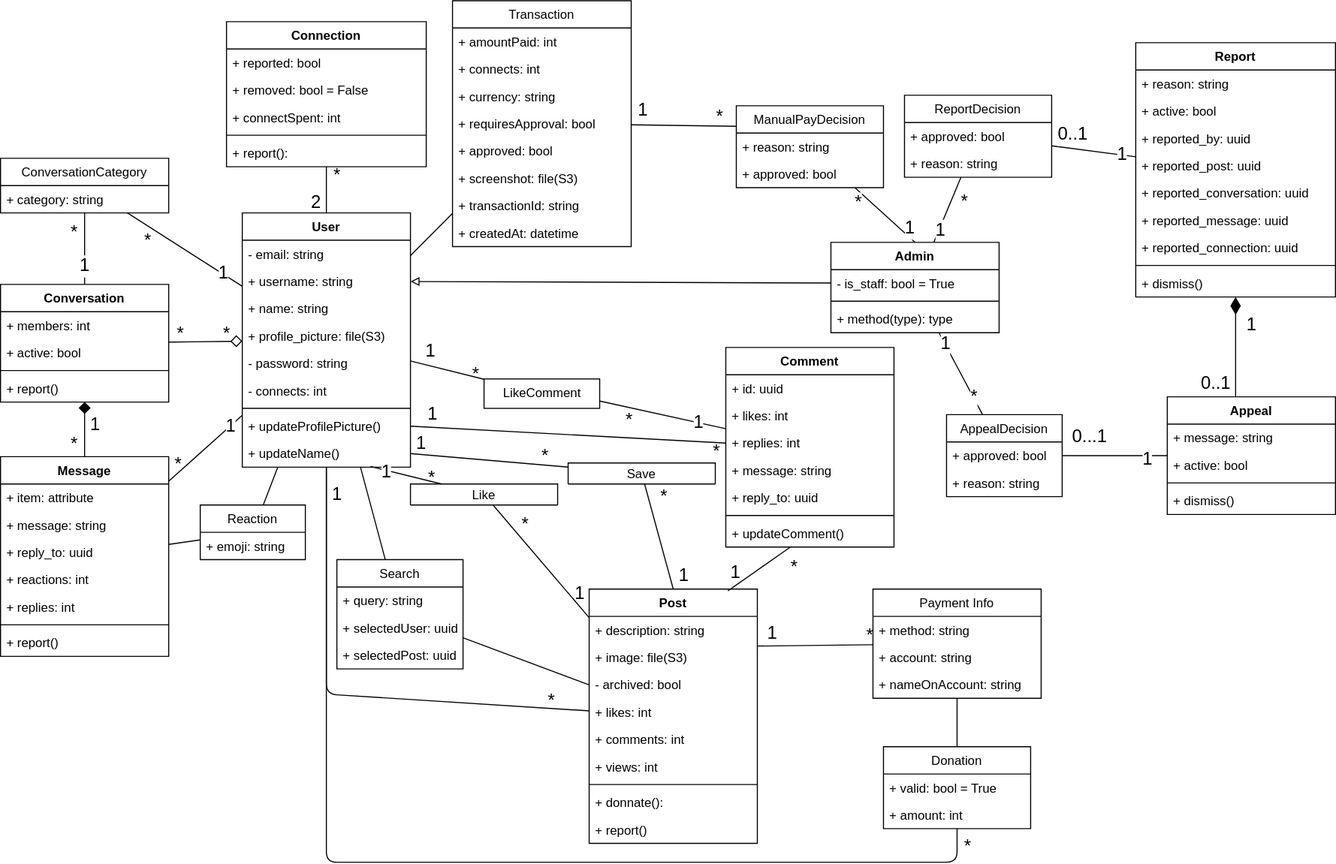
This is dev-docs/plan/class-diagrams/conceptual_class_diagram.drawio.svg from Natan-Asrat/ventingapp, a draw.io export, as it was before one commit. Source tidied: cells renumbered, new cells last; positions are measured from the earlier drawing's top-left corner, leaving out a move shared by most shapes.
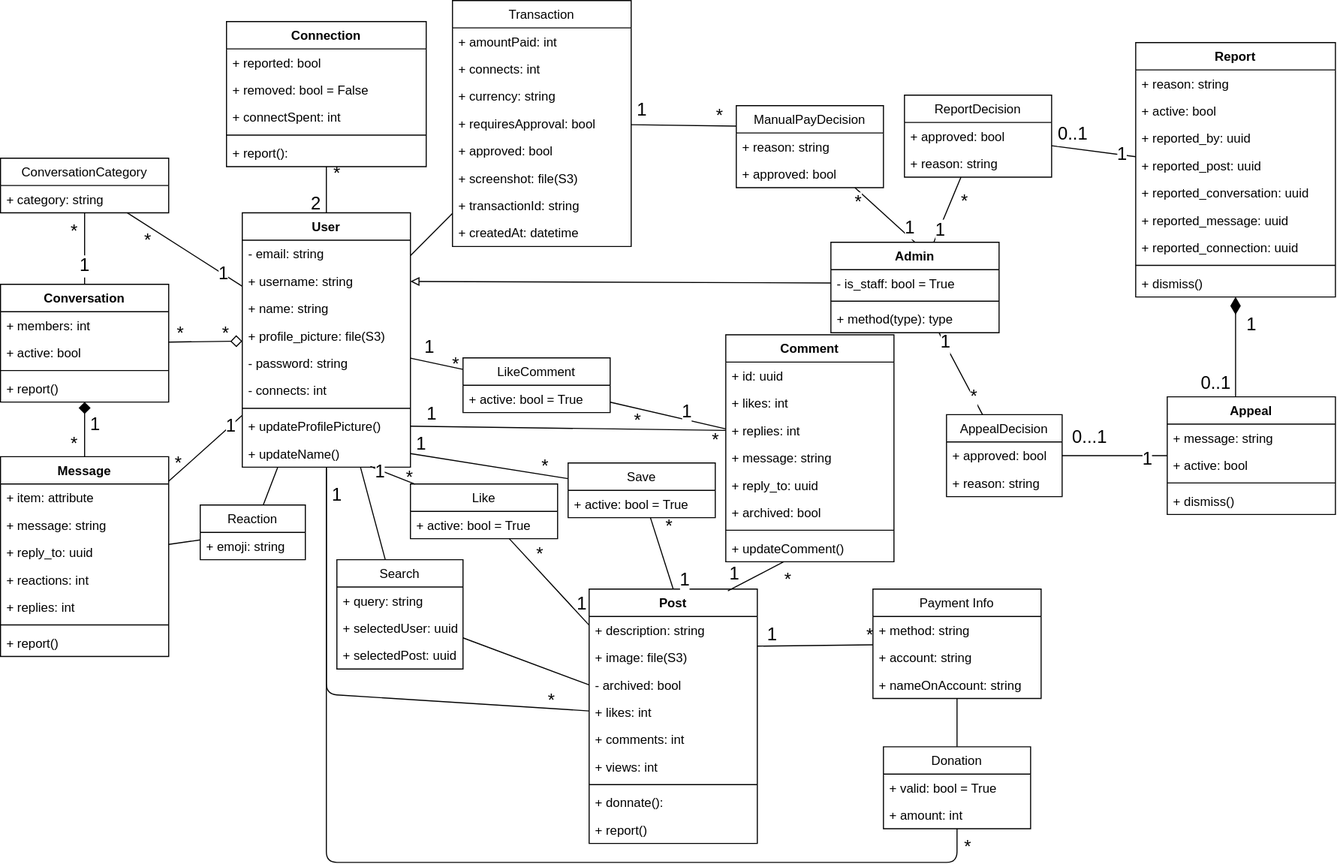
The same file after the commit.

Commit message:
update fields  in class diagram - include active boolean

What changed in the source:
```diff
@@ -177,8 +177,11 @@
       <mxGeometry x="-0.69" y="-3" relative="1" as="geometry" />
     </mxCell>
     <mxCell id="52" value="Like" style="swimlane;fontStyle=0;horizontal=1;startSize=26;fillColor=none;labelBackgroundColor=none;fontSize=12;" parent="1" vertex="1">
-      <mxGeometry x="390" y="460" width="140" height="20" as="geometry" />
+      <mxGeometry x="390" y="460" width="140" height="52" as="geometry" />
     </mxCell>
+    <mxCell id="182" value="+ active: bool = True" style="text;strokeColor=none;fillColor=none;align=left;verticalAlign=top;spacingLeft=4;spacingRight=4;overflow=hidden;" parent="52" vertex="1">
+      <mxGeometry y="26" width="140" height="26" as="geometry" />
+    </mxCell>
     <mxCell id="53" style="edgeStyle=none;html=1;fontSize=12;endArrow=none;endFill=0;entryX=0.825;entryY=0.007;entryDx=0;entryDy=0;entryPerimeter=0;" parent="1" edge="1" source="73" target="29">
       <mxGeometry relative="1" as="geometry" />
     </mxCell>
@@ -232,10 +235,13 @@
       </mxGeometry>
     </mxCell>
     <mxCell id="65" value="Save" style="swimlane;fontStyle=0;horizontal=1;startSize=26;fillColor=none;labelBackgroundColor=none;fontSize=12;" parent="1" vertex="1">
-      <mxGeometry x="540" y="440" width="140" height="20" as="geometry" />
+      <mxGeometry x="540" y="440" width="140" height="52" as="geometry" />
     </mxCell>
+    <mxCell id="183" value="+ active: bool = True" style="text;strokeColor=none;fillColor=none;align=left;verticalAlign=top;spacingLeft=4;spacingRight=4;overflow=hidden;" parent="65" vertex="1">
+      <mxGeometry y="26" width="140" height="26" as="geometry" />
+    </mxCell>
     <mxCell id="66" value="Comment" style="swimlane;fontStyle=1;align=center;verticalAlign=top;horizontal=1;startSize=26;labelBackgroundColor=none;fontSize=12;" parent="1" vertex="1">
-      <mxGeometry x="690" y="330" width="160" height="190" as="geometry" />
+      <mxGeometry x="690" y="318" width="160" height="216" as="geometry" />
     </mxCell>
     <mxCell id="67" value="+ id: uuid" style="text;strokeColor=none;fillColor=none;align=left;verticalAlign=top;spacingLeft=4;spacingRight=4;overflow=hidden;labelBackgroundColor=none;fontSize=12;" parent="66" vertex="1">
       <mxGeometry y="26" width="160" height="26" as="geometry" />
@@ -252,11 +258,14 @@
     <mxCell id="71" value="+ reply_to: uuid" style="text;strokeColor=none;fillColor=none;align=left;verticalAlign=top;spacingLeft=4;spacingRight=4;overflow=hidden;labelBackgroundColor=none;fontSize=12;" parent="66" vertex="1">
       <mxGeometry y="130" width="160" height="26" as="geometry" />
     </mxCell>
+    <mxCell id="184" value="+ archived: bool" style="text;strokeColor=none;fillColor=none;align=left;verticalAlign=top;spacingLeft=4;spacingRight=4;overflow=hidden;" parent="66" vertex="1">
+      <mxGeometry y="156" width="160" height="26" as="geometry" />
+    </mxCell>
     <mxCell id="72" style="line;strokeWidth=1;fillColor=none;align=left;verticalAlign=middle;spacingTop=-1;spacingLeft=3;spacingRight=3;labelPosition=right;strokeColor=inherit;labelBackgroundColor=none;fontSize=12;" parent="66" vertex="1">
-      <mxGeometry y="156" width="160" height="8" as="geometry" />
+      <mxGeometry y="182" width="160" height="8" as="geometry" />
     </mxCell>
     <mxCell id="73" value="+ updateComment()" style="text;strokeColor=none;fillColor=none;align=left;verticalAlign=top;spacingLeft=4;spacingRight=4;overflow=hidden;points=[[0,0.5],[1,0.5]];portConstraint=eastwest;labelBackgroundColor=none;fontSize=12;" parent="66" vertex="1">
-      <mxGeometry y="164" width="160" height="26" as="geometry" />
+      <mxGeometry y="190" width="160" height="26" as="geometry" />
     </mxCell>
     <mxCell id="74" style="edgeStyle=none;html=1;fontSize=12;endArrow=none;endFill=0;" parent="1" edge="1" source="77" target="5">
       <mxGeometry relative="1" as="geometry" />
@@ -271,14 +280,13 @@
         <mxPoint x="15" y="-8" as="offset" />
       </mxGeometry>
     </mxCell>
-    <mxCell id="77" value="LikeComment" style="html=1;labelBackgroundColor=none;fontSize=12;" parent="1" vertex="1">
-      <mxGeometry x="460" y="360" width="110" height="28" as="geometry" />
-    </mxCell>
-    <mxCell id="78" style="edgeStyle=none;html=1;entryX=1;entryY=0.75;entryDx=0;entryDy=0;fontSize=12;endArrow=none;endFill=0;" parent="1" edge="1" source="66" target="77">
+    <mxCell id="78" style="edgeStyle=none;html=1;fontSize=12;endArrow=none;endFill=0;" parent="1" edge="1" source="66" target="77">
       <mxGeometry relative="1" as="geometry" />
     </mxCell>
     <mxCell id="79" value="1" style="edgeLabel;html=1;align=center;verticalAlign=middle;fontSize=17;" parent="78" vertex="1">
-      <mxGeometry x="-0.57" relative="1" as="geometry" />
+      <mxGeometry x="-0.57" relative="1" as="geometry">
+        <mxPoint x="-14" y="-10" as="offset" />
+      </mxGeometry>
     </mxCell>
     <mxCell id="80" value="*" style="edgeLabel;html=1;align=center;verticalAlign=middle;fontSize=17;labelBackgroundColor=none;" parent="78" vertex="1">
       <mxGeometry x="0.54" y="-1" relative="1" as="geometry">
@@ -627,5 +635,11 @@
     <mxCell id="181" value="+ reason: string" style="text;strokeColor=none;fillColor=none;align=left;verticalAlign=top;spacingLeft=4;spacingRight=4;overflow=hidden;labelBackgroundColor=none;fontSize=12;" parent="179" vertex="1">
       <mxGeometry y="52" width="110" height="26" as="geometry" />
     </mxCell>
+    <mxCell id="77" value="LikeComment" style="swimlane;fontStyle=0;horizontal=1;startSize=26;fillColor=none;" parent="1" vertex="1">
+      <mxGeometry x="440" y="340" width="140" height="52" as="geometry" />
+    </mxCell>
+    <mxCell id="185" value="+ active: bool = True" style="text;strokeColor=none;fillColor=none;align=left;verticalAlign=top;spacingLeft=4;spacingRight=4;overflow=hidden;" parent="77" vertex="1">
+      <mxGeometry y="26" width="140" height="26" as="geometry" />
+    </mxCell>
   </root>
 </mxGraphModel>
```
